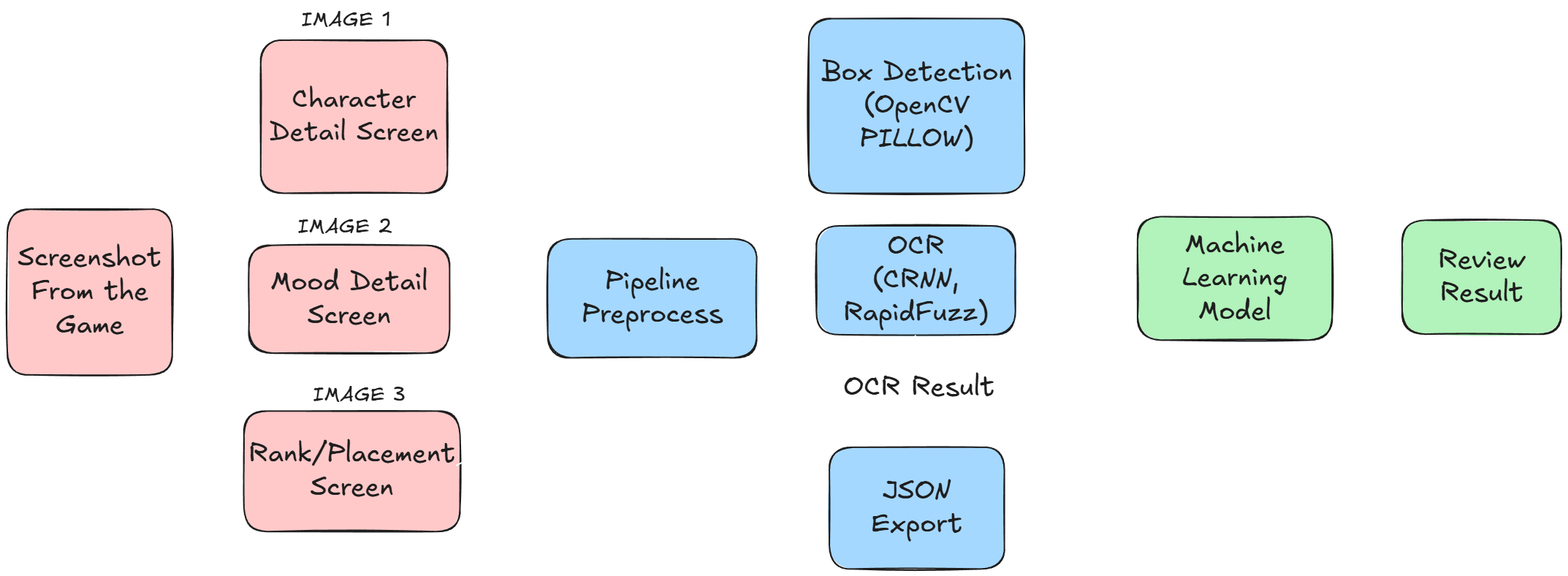
Above: assets/main_dark.excalidraw.png in JustinCode-Dev/UmaMusume-Champions-Meetings-Uma-Predictor (Excalidraw), before the change. Source tidied: one line per element, renumbered; positions are measured from the earlier drawing's top-left corner, leaving out a move shared by most shapes.
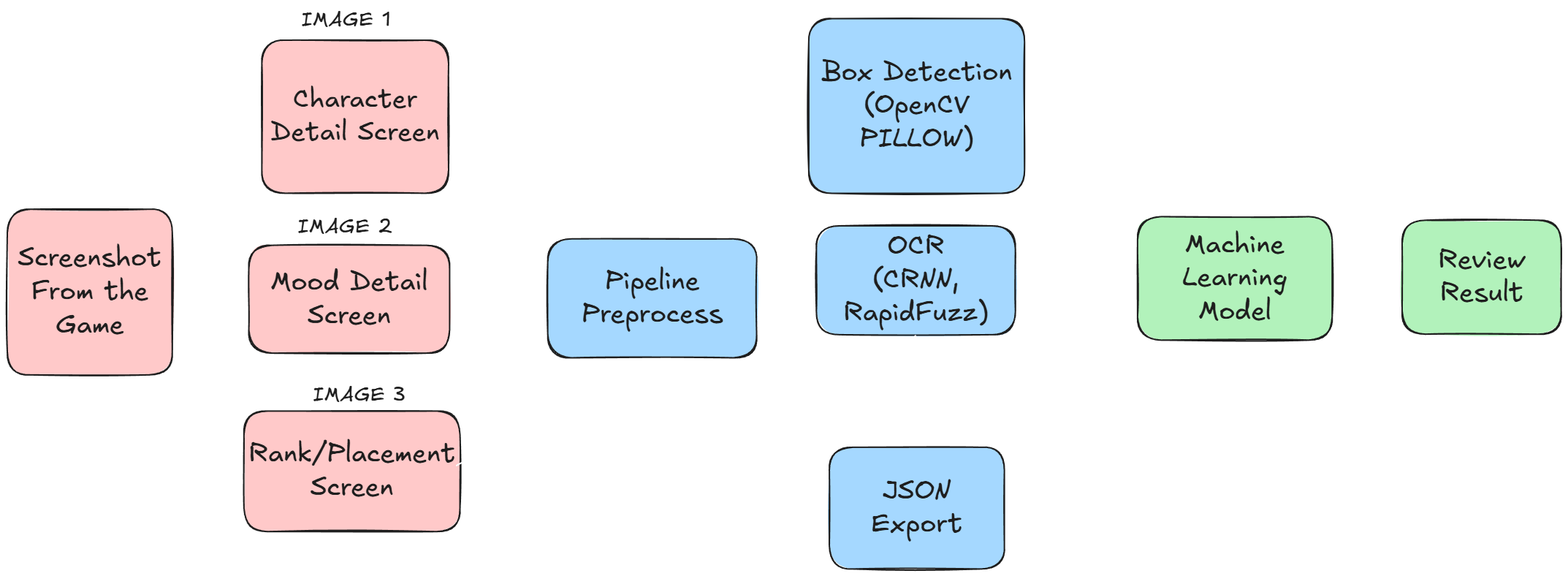
The same file after the commit.

Commit message:
fix(docs): update dark mode diagram with visible OCR result text

Diff of the diagram source:
```diff
@@ -12,9 +12,9 @@
 {"id": 11, "type": "text", "text": "JSON\nExport", "strokeColor": "#1e1e1e", "backgroundColor": "#a5d8ff", "fillStyle": "solid", "strokeWidth": 2, "roughness": 1, "fontSize": 36.55, "fontFamily": 5, "textAlign": "center", "verticalAlign": "middle", "inside": 10, "x": 1182, "y": 639, "width": 125, "height": 91}
 {"id": 12, "type": "line", "strokeColor": "#ffffff", "backgroundColor": "#a5d8ff", "fillStyle": "solid", "strokeWidth": 2, "roughness": 1, "round": true, "x": 1242, "y": 450, "width": 0, "height": 30, "points": [[0, 0], [0, 30]]}
 {"id": 13, "type": "arrow", "strokeColor": "#ffffff", "backgroundColor": "#a5d8ff", "fillStyle": "solid", "strokeWidth": 2, "roughness": 1, "endArrowhead": "arrow", "round": true, "from": 14, "to": 10, "x": 1248, "y": 549, "width": 2, "height": 46, "points": [[0, 0], [-2, 46]]}
-{"id": 14, "type": "text", "text": "OCR Result", "strokeColor": "#1e1e1e", "backgroundColor": "#a5d8ff", "fillStyle": "solid", "strokeWidth": 2, "roughness": 1, "fontSize": 36.55, "fontFamily": 5, "x": 1144, "y": 498, "width": 207, "height": 46}
+{"id": 14, "type": "text", "text": "OCR Result", "strokeColor": "#ffffff", "backgroundColor": "#a5d8ff", "fillStyle": "solid", "strokeWidth": 2, "roughness": 1, "fontSize": 36.55, "fontFamily": 5, "x": 1144, "y": 498, "width": 207, "height": 46}
-{"id": 15, "type": "rectangle", "strokeColor": "#1e1e1e", "backgroundColor": "#ffc9c9", "fillStyle": "solid", "strokeWidth": 2, "roughness": 1, "round": true, "x": 347, "y": 45, "width": 256, "height": 209}
+{"id": 15, "type": "rectangle", "strokeColor": "#1e1e1e", "backgroundColor": "#ffc9c9", "fillStyle": "solid", "strokeWidth": 2, "roughness": 1, "round": true, "x": 348, "y": 45, "width": 256, "height": 209}
-{"id": 16, "type": "text", "text": "Character\nDetail Screen", "strokeColor": "#1e1e1e", "backgroundColor": "#ffc9c9", "fillStyle": "hachure", "strokeWidth": 2, "roughness": 1, "fontSize": 36, "fontFamily": 5, "textAlign": "center", "verticalAlign": "middle", "inside": 15, "x": 359, "y": 105, "width": 232, "height": 90}
+{"id": 16, "type": "text", "text": "Character\nDetail Screen", "strokeColor": "#1e1e1e", "backgroundColor": "#ffc9c9", "fillStyle": "hachure", "strokeWidth": 2, "roughness": 1, "fontSize": 36, "fontFamily": 5, "textAlign": "center", "verticalAlign": "middle", "inside": 15, "x": 360, "y": 105, "width": 232, "height": 90}
 {"id": 17, "type": "rectangle", "strokeColor": "#1e1e1e", "backgroundColor": "#ffc9c9", "fillStyle": "solid", "strokeWidth": 2, "roughness": 1, "round": true, "x": 331, "y": 326, "width": 275, "height": 148}
 {"id": 18, "type": "text", "text": "Mood Detail\nScreen", "strokeColor": "#1e1e1e", "backgroundColor": "#ffc9c9", "fillStyle": "hachure", "strokeWidth": 2, "roughness": 1, "fontSize": 36.55, "fontFamily": 5, "textAlign": "center", "verticalAlign": "middle", "inside": 17, "x": 360, "y": 354, "width": 215, "height": 91}
 {"id": 19, "type": "rectangle", "strokeColor": "#1e1e1e", "backgroundColor": "#ffc9c9", "fillStyle": "solid", "strokeWidth": 2, "roughness": 1, "round": true, "x": 324, "y": 552, "width": 296, "height": 165}
```
